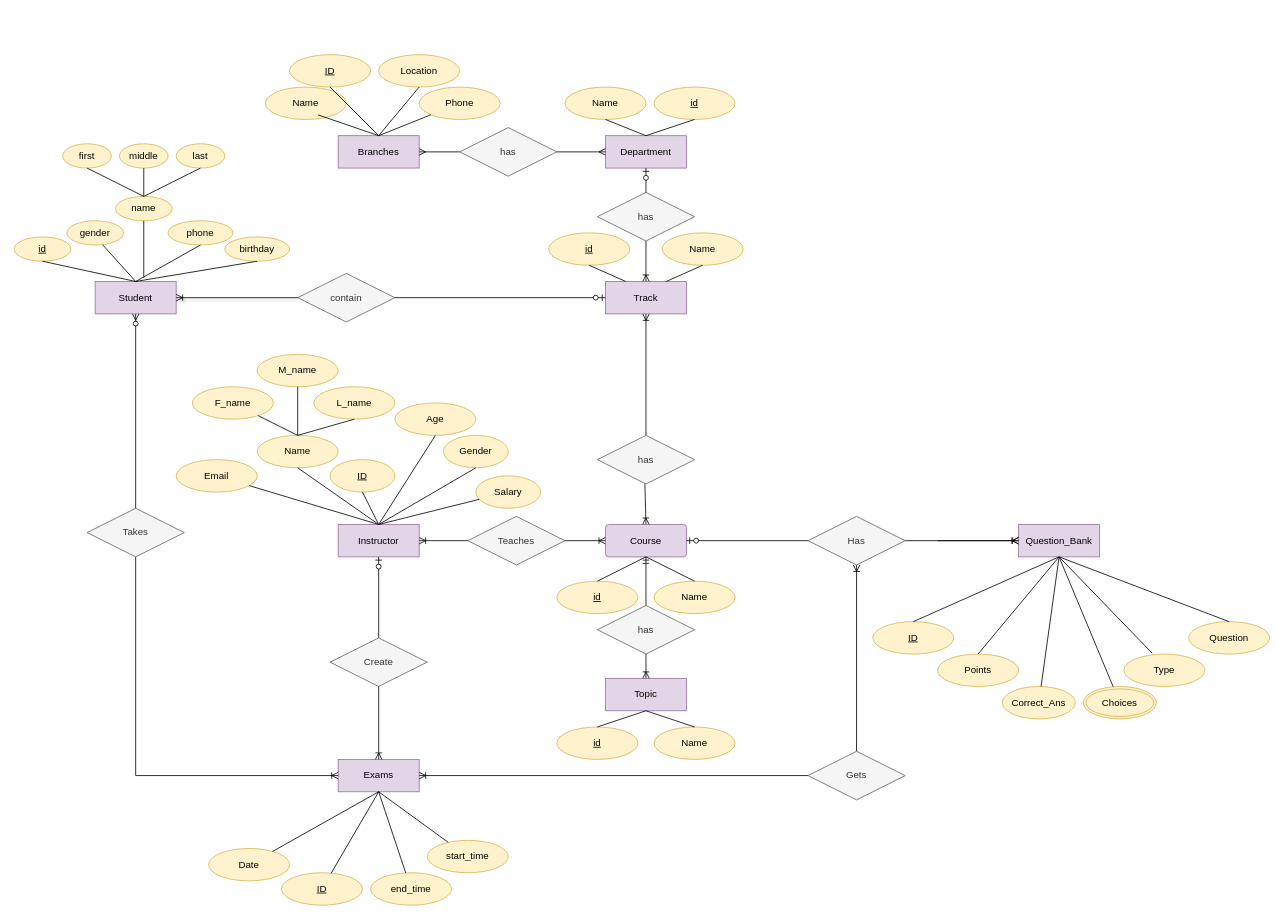
aya-abdelmageed/OnlineExaminationSystem keeps this draw.io diagram as OnlineExaminationSystem.drawio. Above is the earlier version. Source tidied: cells renumbered, new cells numbered last; positions are measured from the earlier drawing's top-left corner, leaving out a move shared by most shapes. Both pictures are drawn from the tidied source at 81%, with x=0, y=0 at pixel (14, 54).
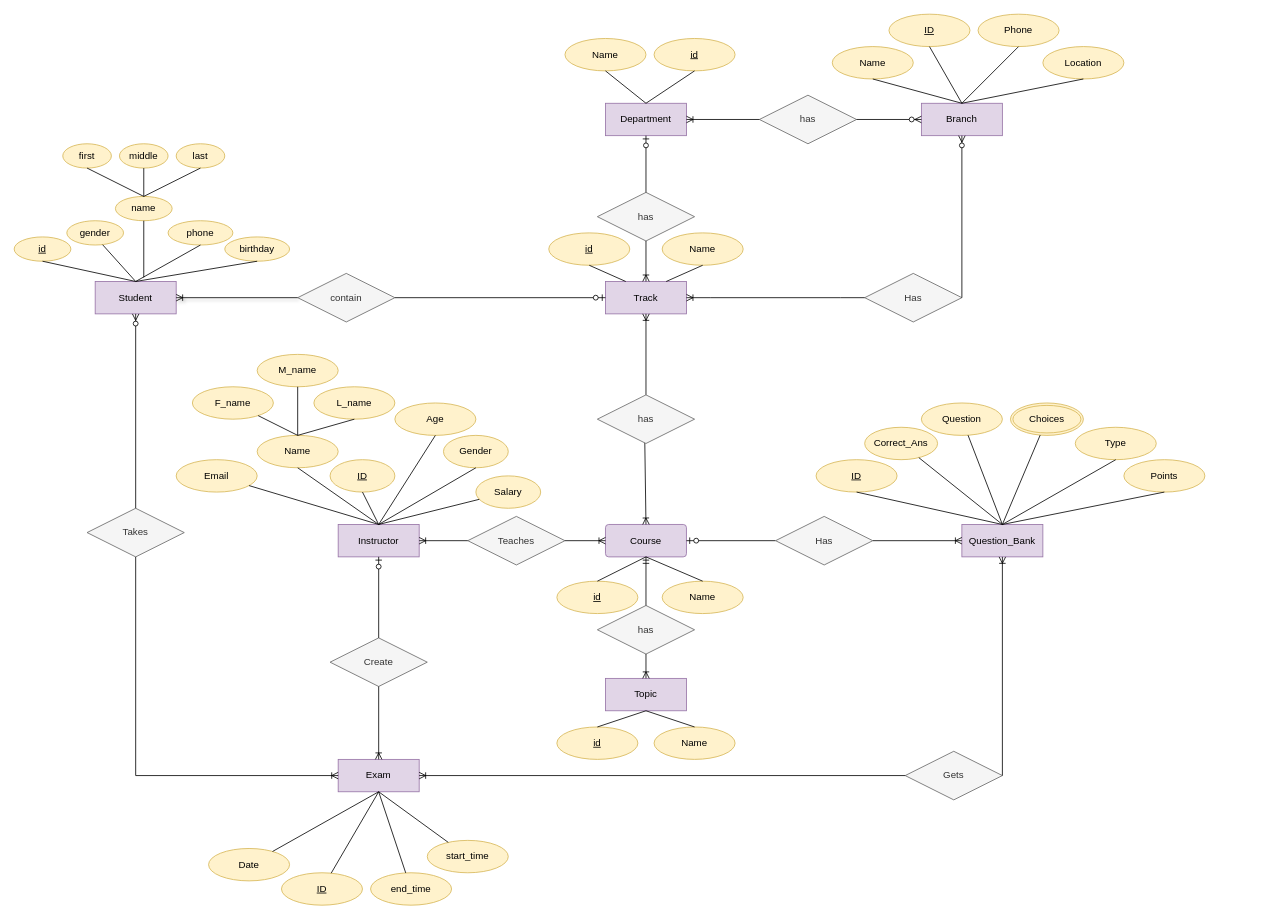
After the change.

The change refers to these unchanged cells:
```xml
<mxCell id="52" value="Track" style="whiteSpace=wrap;html=1;align=center;fillColor=#e1d5e7;strokeColor=#9673a6;" parent="1" vertex="1">
  <mxGeometry x="730" y="280" width="100" height="40" as="geometry" />
</mxCell>
<mxCell id="71" value="Topic" style="whiteSpace=wrap;html=1;align=center;fillColor=#e1d5e7;strokeColor=#9673a6;" parent="1" vertex="1">
  <mxGeometry x="730" y="770" width="100" height="40" as="geometry" />
</mxCell>
<mxCell id="72" value="id" style="ellipse;whiteSpace=wrap;html=1;align=center;fontStyle=4;fillColor=#fff2cc;strokeColor=#d6b656;" parent="1" vertex="1">
  <mxGeometry x="670" y="830" width="100" height="40" as="geometry" />
</mxCell>
```

Change to the diagram source:
```diff
@@
     <mxCell id="2" value="Name" style="ellipse;whiteSpace=wrap;html=1;align=center;fillColor=#fff2cc;strokeColor=#d6b656;" parent="1" vertex="1">
-      <mxGeometry x="680" y="40" width="100" height="40" as="geometry" />
+      <mxGeometry x="680" y="-20" width="100" height="40" as="geometry" />
     </mxCell>
     <mxCell id="3" value="id" style="ellipse;whiteSpace=wrap;html=1;align=center;fontStyle=4;fillColor=#fff2cc;strokeColor=#d6b656;" parent="1" vertex="1">
-      <mxGeometry x="790" y="40" width="100" height="40" as="geometry" />
+      <mxGeometry x="790" y="-20" width="100" height="40" as="geometry" />
     </mxCell>
@@
     <mxCell id="9" value="ID" style="ellipse;whiteSpace=wrap;html=1;align=center;fontStyle=4;fillColor=#fff2cc;strokeColor=#d6b656;" parent="1" vertex="1">
-      <mxGeometry x="1060" y="700" width="100" height="40" as="geometry" />
+      <mxGeometry x="990" y="500" width="100" height="40" as="geometry" />
     </mxCell>
@@
-    <mxCell id="26" value="Exams" style="whiteSpace=wrap;html=1;align=center;fillColor=#e1d5e7;strokeColor=#9673a6;" parent="1" vertex="1">
+    <mxCell id="26" value="Exam" style="whiteSpace=wrap;html=1;align=center;fillColor=#e1d5e7;strokeColor=#9673a6;" parent="1" vertex="1">
       <mxGeometry x="400" y="870" width="100" height="40" as="geometry" />
     </mxCell>
     <mxCell id="27" value="Question_Bank" style="whiteSpace=wrap;html=1;align=center;fillColor=#e1d5e7;strokeColor=#9673a6;" parent="1" vertex="1">
-      <mxGeometry x="1240" y="580" width="100" height="40" as="geometry" />
+      <mxGeometry x="1170" y="580" width="100" height="40" as="geometry" />
     </mxCell>
@@
     <mxCell id="30" value="Type" style="ellipse;whiteSpace=wrap;html=1;align=center;fillColor=#fff2cc;strokeColor=#d6b656;" parent="1" vertex="1">
-      <mxGeometry x="1370" y="740" width="100" height="40" as="geometry" />
+      <mxGeometry x="1310" y="460" width="100" height="40" as="geometry" />
     </mxCell>
@@
     <mxCell id="35" value="Points" style="ellipse;whiteSpace=wrap;html=1;align=center;fillColor=#fff2cc;strokeColor=#d6b656;" parent="1" vertex="1">
-      <mxGeometry x="1140" y="740" width="100" height="40" as="geometry" />
+      <mxGeometry x="1370" y="500" width="100" height="40" as="geometry" />
     </mxCell>
     <mxCell id="36" value="Correct_Ans" style="ellipse;whiteSpace=wrap;html=1;align=center;fillColor=#fff2cc;strokeColor=#d6b656;" parent="1" vertex="1">
-      <mxGeometry x="1220" y="780" width="90" height="40" as="geometry" />
+      <mxGeometry x="1050" y="460" width="90" height="40" as="geometry" />
     </mxCell>
     <mxCell id="37" value="Question" style="ellipse;whiteSpace=wrap;html=1;align=center;fillColor=#fff2cc;strokeColor=#d6b656;" parent="1" vertex="1">
-      <mxGeometry x="1450" y="700" width="100" height="40" as="geometry" />
+      <mxGeometry x="1120" y="430" width="100" height="40" as="geometry" />
     </mxCell>
     <mxCell id="38" value="Choices" style="ellipse;shape=doubleEllipse;margin=3;whiteSpace=wrap;html=1;align=center;fillColor=#fff2cc;strokeColor=#d6b656;" parent="1" vertex="1">
-      <mxGeometry x="1320" y="780" width="90" height="40" as="geometry" />
+      <mxGeometry x="1230" y="430" width="90" height="40" as="geometry" />
     </mxCell>
-    <mxCell id="39" style="endArrow=none;html=1;rounded=0;entryX=0.5;entryY=1;entryDx=0;entryDy=0;exitX=0.5;exitY=0;exitDx=0;exitDy=0;" parent="1" edge="1" source="9" target="27">
+    <mxCell id="39" style="endArrow=none;html=1;rounded=0;entryX=0.5;entryY=0;entryDx=0;entryDy=0;exitX=0.5;exitY=1;exitDx=0;exitDy=0;" parent="1" edge="1" source="9" target="27">
       <mxGeometry relative="1" as="geometry" />
     </mxCell>
-    <mxCell id="40" style="endArrow=none;html=1;rounded=0;exitX=0.5;exitY=0;exitDx=0;exitDy=0;entryX=0.5;entryY=1;entryDx=0;entryDy=0;" parent="1" edge="1" source="37" target="27">
+    <mxCell id="40" style="endArrow=none;html=1;rounded=0;entryX=0.5;entryY=0;entryDx=0;entryDy=0;" parent="1" edge="1" source="37" target="27">
       <mxGeometry relative="1" as="geometry" />
     </mxCell>
-    <mxCell id="41" style="endArrow=none;html=1;rounded=0;entryX=0.5;entryY=1;entryDx=0;entryDy=0;exitX=0.5;exitY=0;exitDx=0;exitDy=0;" parent="1" edge="1" source="35" target="27">
+    <mxCell id="41" style="endArrow=none;html=1;rounded=0;entryX=0.5;entryY=0;entryDx=0;entryDy=0;exitX=0.5;exitY=1;exitDx=0;exitDy=0;" parent="1" edge="1" source="35" target="27">
       <mxGeometry relative="1" as="geometry" />
     </mxCell>
-    <mxCell id="42" style="endArrow=none;html=1;rounded=0;exitX=0.35;exitY=-0.025;exitDx=0;exitDy=0;exitPerimeter=0;entryX=0.5;entryY=1;entryDx=0;entryDy=0;" parent="1" edge="1" source="30" target="27">
+    <mxCell id="42" style="endArrow=none;html=1;rounded=0;entryX=0.5;entryY=0;entryDx=0;entryDy=0;exitX=0.5;exitY=1;exitDx=0;exitDy=0;" parent="1" edge="1" source="30" target="27">
       <mxGeometry relative="1" as="geometry" />
     </mxCell>
-    <mxCell id="43" style="endArrow=none;html=1;rounded=0;exitX=0.5;exitY=1;exitDx=0;exitDy=0;" parent="1" edge="1" source="27" target="36">
+    <mxCell id="43" style="endArrow=none;html=1;rounded=0;exitX=0.5;exitY=0;exitDx=0;exitDy=0;" parent="1" edge="1" source="27" target="36">
       <mxGeometry relative="1" as="geometry" />
     </mxCell>
-    <mxCell id="44" style="endArrow=none;html=1;rounded=0;entryX=0.5;entryY=1;entryDx=0;entryDy=0;" parent="1" edge="1" source="38" target="27">
+    <mxCell id="44" style="endArrow=none;html=1;rounded=0;entryX=0.5;entryY=0;entryDx=0;entryDy=0;" parent="1" edge="1" source="38" target="27">
       <mxGeometry relative="1" as="geometry" />
     </mxCell>
@@
     <mxCell id="48" value="Gets" style="shape=rhombus;perimeter=rhombusPerimeter;whiteSpace=wrap;html=1;align=center;fillColor=#f5f5f5;fontColor=#333333;strokeColor=#666666;" parent="1" vertex="1">
-      <mxGeometry x="980" y="860" width="120" height="60" as="geometry" />
+      <mxGeometry x="1100" y="860" width="120" height="60" as="geometry" />
     </mxCell>
-    <mxCell id="49" style="fontSize=12;html=1;endArrow=ERoneToMany;rounded=0;" parent="1" edge="1" target="27">
-      <mxGeometry relative="1" as="geometry">
-        <mxPoint x="1140" y="600" as="sourcePoint" />
-      </mxGeometry>
-    </mxCell>
@@
     <mxCell id="51" value="Department" style="whiteSpace=wrap;html=1;align=center;fillColor=#e1d5e7;strokeColor=#9673a6;" parent="1" vertex="1">
-      <mxGeometry x="730" y="100" width="100" height="40" as="geometry" />
+      <mxGeometry x="730" y="60" width="100" height="40" as="geometry" />
     </mxCell>
@@
-    <mxCell id="54" style="endArrow=none;html=1;rounded=0;exitX=0.5;exitY=1;exitDx=0;exitDy=0;" parent="1" edge="1" source="3">
-      <mxGeometry relative="1" as="geometry">
-        <mxPoint x="780" y="100" as="targetPoint" />
-      </mxGeometry>
+    <mxCell id="54" style="endArrow=none;html=1;rounded=0;exitX=0.5;exitY=1;exitDx=0;exitDy=0;entryX=0.5;entryY=0;entryDx=0;entryDy=0;" parent="1" edge="1" source="3" target="51">
+      <mxGeometry relative="1" as="geometry" />
     </mxCell>
@@
     <mxCell id="62" value="Name" style="ellipse;whiteSpace=wrap;html=1;align=center;fillColor=#fff2cc;strokeColor=#d6b656;" parent="1" vertex="1">
-      <mxGeometry x="790" y="650" width="100" height="40" as="geometry" />
+      <mxGeometry x="800" y="650" width="100" height="40" as="geometry" />
     </mxCell>
@@
     <mxCell id="70" value="has" style="shape=rhombus;perimeter=rhombusPerimeter;whiteSpace=wrap;html=1;align=center;fillColor=#f5f5f5;fontColor=#333333;strokeColor=#666666;" parent="1" vertex="1">
-      <mxGeometry x="720" y="470" width="120" height="60" as="geometry" />
+      <mxGeometry x="720" y="420" width="120" height="60" as="geometry" />
     </mxCell>
@@
-    <mxCell id="74" style="endArrow=none;html=1;rounded=0;exitX=0.5;exitY=0;exitDx=0;exitDy=0;entryX=0.5;entryY=1;entryDx=0;entryDy=0;" parent="1" edge="1" target="71">
-      <mxGeometry relative="1" as="geometry">
-        <mxPoint x="720" y="830" as="sourcePoint" />
-      </mxGeometry>
+    <mxCell id="74" style="endArrow=none;html=1;rounded=0;exitX=0.5;exitY=0;exitDx=0;exitDy=0;entryX=0.5;entryY=1;entryDx=0;entryDy=0;" parent="1" edge="1" source="72" target="71">
+      <mxGeometry relative="1" as="geometry" />
     </mxCell>
@@
-    <mxCell id="99" value="Branches" style="whiteSpace=wrap;html=1;align=center;fillColor=#e1d5e7;strokeColor=#9673a6;" parent="1" vertex="1">
-      <mxGeometry x="400" y="100" width="100" height="40" as="geometry" />
+    <mxCell id="99" value="Branch" style="whiteSpace=wrap;html=1;align=center;fillColor=#e1d5e7;strokeColor=#9673a6;" parent="1" vertex="1">
+      <mxGeometry x="1120" y="60" width="100" height="40" as="geometry" />
     </mxCell>
     <mxCell id="100" value="Name" style="ellipse;whiteSpace=wrap;html=1;align=center;fillColor=#fff2cc;strokeColor=#d6b656;" parent="1" vertex="1">
-      <mxGeometry x="310" y="40" width="100" height="40" as="geometry" />
+      <mxGeometry x="1010" y="-10" width="100" height="40" as="geometry" />
     </mxCell>
     <mxCell id="101" value="ID" style="ellipse;whiteSpace=wrap;html=1;align=center;fontStyle=4;fillColor=#fff2cc;strokeColor=#d6b656;" parent="1" vertex="1">
-      <mxGeometry x="340" width="100" height="40" as="geometry" />
+      <mxGeometry x="1080" y="-50" width="100" height="40" as="geometry" />
     </mxCell>
@@
-    <mxCell id="103" style="endArrow=none;html=1;rounded=0;exitX=1;exitY=1;exitDx=0;exitDy=0;" parent="1" edge="1">
-      <mxGeometry relative="1" as="geometry">
-        <mxPoint x="375.1" y="74.3" as="sourcePoint" />
-        <mxPoint x="450" y="100" as="targetPoint" />
-      </mxGeometry>
+    <mxCell id="103" style="endArrow=none;html=1;rounded=0;entryX=0.5;entryY=0;entryDx=0;entryDy=0;exitX=0.5;exitY=1;exitDx=0;exitDy=0;" parent="1" edge="1" source="100" target="99">
+      <mxGeometry relative="1" as="geometry" />
     </mxCell>
     <mxCell id="104" value="Location" style="ellipse;whiteSpace=wrap;html=1;align=center;fillColor=#fff2cc;strokeColor=#d6b656;" parent="1" vertex="1">
-      <mxGeometry x="450" width="100" height="40" as="geometry" />
+      <mxGeometry x="1270" y="-10" width="100" height="40" as="geometry" />
     </mxCell>
@@
     <mxCell id="106" value="Phone" style="ellipse;whiteSpace=wrap;html=1;align=center;fillColor=#fff2cc;strokeColor=#d6b656;" parent="1" vertex="1">
-      <mxGeometry x="500" y="40" width="100" height="40" as="geometry" />
+      <mxGeometry x="1190" y="-50" width="100" height="40" as="geometry" />
     </mxCell>
-    <mxCell id="107" style="endArrow=none;html=1;rounded=0;exitX=0.5;exitY=0;exitDx=0;exitDy=0;entryX=0;entryY=1;entryDx=0;entryDy=0;" parent="1" edge="1" source="99" target="106">
+    <mxCell id="107" style="endArrow=none;html=1;rounded=0;exitX=0.5;exitY=0;exitDx=0;exitDy=0;entryX=0.5;entryY=1;entryDx=0;entryDy=0;" parent="1" edge="1" source="99" target="106">
       <mxGeometry relative="1" as="geometry" />
     </mxCell>
     <mxCell id="108" value="has" style="shape=rhombus;perimeter=rhombusPerimeter;whiteSpace=wrap;html=1;align=center;fillColor=#f5f5f5;fontColor=#333333;strokeColor=#666666;" parent="1" vertex="1">
-      <mxGeometry x="550" y="90" width="120" height="60" as="geometry" />
+      <mxGeometry x="920" y="50" width="120" height="60" as="geometry" />
     </mxCell>
-    <mxCell id="109" style="fontSize=12;html=1;endArrow=ERmany;rounded=0;exitX=0;exitY=0.5;exitDx=0;exitDy=0;" parent="1" edge="1" source="108">
-      <mxGeometry relative="1" as="geometry">
-        <mxPoint x="500" y="120" as="targetPoint" />
-      </mxGeometry>
-    </mxCell>
-    <mxCell id="110" style="fontSize=12;html=1;endArrow=ERmany;rounded=0;exitX=1;exitY=0.5;exitDx=0;exitDy=0;entryX=0;entryY=0.5;entryDx=0;entryDy=0;" parent="1" edge="1" source="108" target="51">
-      <mxGeometry relative="1" as="geometry" />
-    </mxCell>
@@
-    <mxCell id="112" style="fontSize=12;html=1;endArrow=ERoneToMany;rounded=0;exitX=1;exitY=0.5;exitDx=0;exitDy=0;" parent="1" edge="1" source="119" target="27">
+    <mxCell id="112" style="fontSize=12;html=1;endArrow=ERoneToMany;rounded=0;exitX=1;exitY=0.5;exitDx=0;exitDy=0;entryX=0;entryY=0.5;entryDx=0;entryDy=0;" parent="1" edge="1" source="119" target="27">
       <mxGeometry relative="1" as="geometry" />
     </mxCell>
@@
-    <mxCell id="117" style="fontSize=12;html=1;endArrow=ERoneToMany;rounded=0;" parent="1" edge="1" source="48" target="119">
+    <mxCell id="117" style="fontSize=12;html=1;endArrow=ERoneToMany;rounded=0;exitX=1;exitY=0.5;exitDx=0;exitDy=0;" parent="1" edge="1" source="48" target="27">
       <mxGeometry relative="1" as="geometry" />
     </mxCell>
@@
     <mxCell id="119" value="Has" style="shape=rhombus;perimeter=rhombusPerimeter;whiteSpace=wrap;html=1;align=center;fillColor=#f5f5f5;fontColor=#333333;strokeColor=#666666;" parent="1" vertex="1">
-      <mxGeometry x="980" y="570" width="120" height="60" as="geometry" />
+      <mxGeometry x="940" y="570" width="120" height="60" as="geometry" />
     </mxCell>
@@
+    <mxCell id="121" value="Has" style="shape=rhombus;perimeter=rhombusPerimeter;whiteSpace=wrap;html=1;align=center;fillColor=#f5f5f5;strokeColor=#666666;fontColor=#333333;" parent="1" vertex="1">
+      <mxGeometry x="1050" y="270" width="120" height="60" as="geometry" />
+    </mxCell>
+    <mxCell id="122" style="edgeStyle=entityRelationEdgeStyle;fontSize=12;html=1;endArrow=ERoneToMany;rounded=0;" parent="1" edge="1" source="121" target="52">
+      <mxGeometry relative="1" as="geometry" />
+    </mxCell>
+    <mxCell id="123" style="fontSize=12;html=1;endArrow=ERzeroToMany;endFill=1;rounded=0;" parent="1" edge="1" source="108" target="99">
+      <mxGeometry relative="1" as="geometry" />
+    </mxCell>
+    <mxCell id="110" style="fontSize=12;html=1;endArrow=ERoneToMany;rounded=0;exitX=0;exitY=0.5;exitDx=0;exitDy=0;" parent="1" edge="1" source="108" target="51">
+      <mxGeometry relative="1" as="geometry" />
+    </mxCell>
+    <mxCell id="124" style="fontSize=12;html=1;endArrow=ERzeroToMany;endFill=1;rounded=0;entryX=0.5;entryY=1;entryDx=0;entryDy=0;exitX=1;exitY=0.5;exitDx=0;exitDy=0;" parent="1" edge="1" source="121" target="99">
+      <mxGeometry relative="1" as="geometry" />
+    </mxCell>
```
